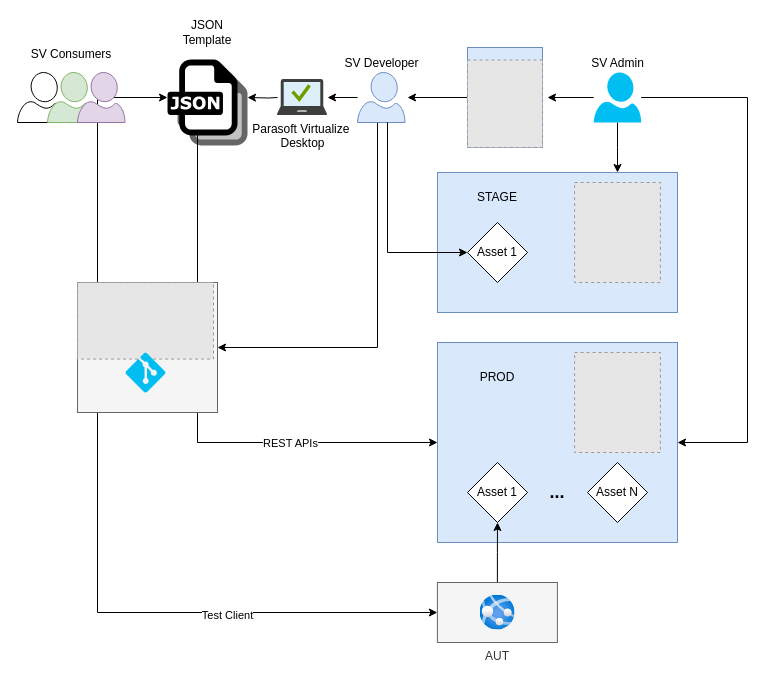
The draw.io diagram virt-decentrilized.drawio in gtrofimov/draw-io-projects, before the edit. Source tidied: cells renumbered, new cells numbered last; positions are measured from the earlier drawing's top-left corner, leaving out a move shared by most shapes. Both pictures are drawn from the tidied source at 100%, with x=0, y=0 at pixel (17, 17). Pictures stored in the file or linked from it are replaced by grey dashed boxes.
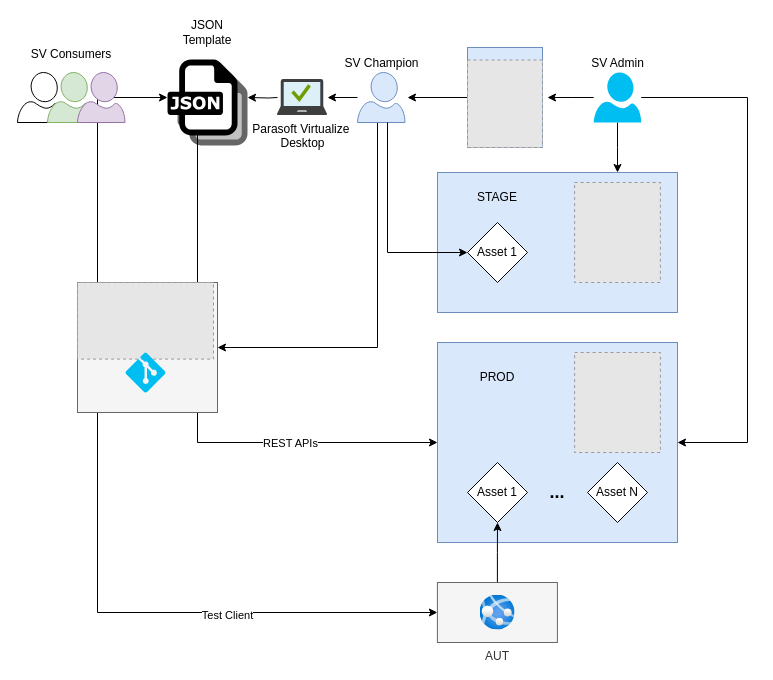
The same page after the edit.

What changed in the source:
```diff
@@
-    <mxCell id="21" value="SV Developer" style="verticalLabelPosition=top;html=1;verticalAlign=bottom;align=center;strokeColor=#6c8ebf;fillColor=#dae8fc;shape=mxgraph.azure.user;labelPosition=center;" parent="1" vertex="1">
+    <mxCell id="21" value="SV Champion" style="verticalLabelPosition=top;html=1;verticalAlign=bottom;align=center;strokeColor=#6c8ebf;fillColor=#dae8fc;shape=mxgraph.azure.user;labelPosition=center;" parent="1" vertex="1">
       <mxGeometry x="340" y="55" width="47.5" height="50" as="geometry" />
     </mxCell>
```
